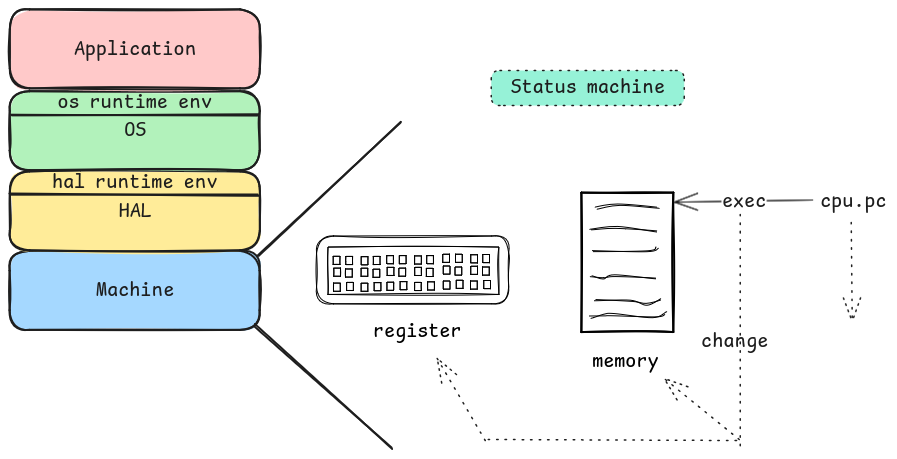
The Excalidraw diagram images/machine.png in chi199702/chi199702.github.io, before a commit. Source tidied: one line per element, renumbered; positions are measured from the earlier drawing's top-left corner, leaving out a move shared by most shapes. Its diagram source:
```json
{"id": 0, "type": "rectangle", "strokeColor": "#1e1e1e", "backgroundColor": "#a5d8ff", "fillStyle": "solid", "strokeWidth": 2, "roughness": 1, "round": true, "x": 0, "y": 242, "width": 250, "height": 79}
{"id": 1, "type": "text", "text": "Machine", "strokeColor": "#1e1e1e", "backgroundColor": "#a5d8ff", "fillStyle": "solid", "strokeWidth": 2, "roughness": 1, "fontSize": 20, "fontFamily": 8, "textAlign": "center", "verticalAlign": "middle", "inside": 0, "x": 86, "y": 268, "width": 78, "height": 25}
{"id": 2, "type": "rectangle", "strokeColor": "#1e1e1e", "backgroundColor": "#ffec99", "fillStyle": "solid", "strokeWidth": 2, "roughness": 1, "round": true, "x": 0, "y": 162, "width": 250, "height": 79}
{"id": 3, "type": "text", "text": "HAL", "strokeColor": "#1e1e1e", "backgroundColor": "#a5d8ff", "fillStyle": "solid", "strokeWidth": 2, "roughness": 1, "fontSize": 20, "fontFamily": 8, "textAlign": "center", "verticalAlign": "middle", "inside": 2, "x": 108, "y": 189, "width": 33, "height": 25}
{"id": 4, "type": "line", "strokeColor": "#1e1e1e", "backgroundColor": "#ffec99", "fillStyle": "solid", "strokeWidth": 2, "roughness": 1, "round": true, "x": 1, "y": 186, "width": 248, "height": 0, "points": [[0, 0], [248, 0]]}
{"id": 5, "type": "text", "text": "hal runtime env", "strokeColor": "#1e1e1e", "backgroundColor": "#ffec99", "fillStyle": "solid", "strokeWidth": 2, "roughness": 1, "fontSize": 20, "fontFamily": 8, "verticalAlign": "middle", "x": 42, "y": 160, "width": 167, "height": 25}
{"id": 6, "type": "rectangle", "strokeColor": "#1e1e1e", "backgroundColor": "#b2f2bb", "fillStyle": "solid", "strokeWidth": 2, "roughness": 1, "round": true, "x": 0, "y": 82, "width": 250, "height": 79}
{"id": 7, "type": "text", "text": "OS", "strokeColor": "#1e1e1e", "backgroundColor": "#a5d8ff", "fillStyle": "solid", "strokeWidth": 2, "roughness": 1, "fontSize": 20, "fontFamily": 8, "textAlign": "center", "verticalAlign": "middle", "inside": 6, "x": 114, "y": 109, "width": 22, "height": 25}
{"id": 8, "type": "line", "strokeColor": "#1e1e1e", "backgroundColor": "#ffec99", "fillStyle": "solid", "strokeWidth": 2, "roughness": 1, "round": true, "x": 1, "y": 105, "width": 248, "height": 0, "points": [[0, 0], [248, 0]]}
{"id": 9, "type": "text", "text": "os runtime env", "strokeColor": "#1e1e1e", "backgroundColor": "#ffec99", "fillStyle": "solid", "strokeWidth": 2, "roughness": 1, "fontSize": 20, "fontFamily": 8, "verticalAlign": "middle", "x": 47, "y": 80, "width": 156, "height": 25}
{"id": 10, "type": "rectangle", "strokeColor": "#1e1e1e", "backgroundColor": "#ffc9c9", "fillStyle": "solid", "strokeWidth": 2, "roughness": 1, "round": true, "x": 0, "y": 0, "width": 250, "height": 79}
{"id": 11, "type": "text", "text": "Application", "strokeColor": "#1e1e1e", "backgroundColor": "#a5d8ff", "fillStyle": "solid", "strokeWidth": 2, "roughness": 1, "fontSize": 20, "fontFamily": 8, "textAlign": "center", "verticalAlign": "middle", "inside": 10, "x": 64, "y": 27, "width": 123, "height": 25}
{"id": 12, "type": "line", "strokeColor": "#1e1e1e", "backgroundColor": "#ffc9c9", "fillStyle": "solid", "strokeWidth": 2, "roughness": 1, "round": true, "x": 248, "y": 246, "width": 142, "height": 132, "points": [[0, 0], [142, -132]]}
{"id": 13, "type": "line", "strokeColor": "#1e1e1e", "backgroundColor": "#ffc9c9", "fillStyle": "solid", "strokeWidth": 2, "roughness": 1, "round": true, "x": 244, "y": 316, "width": 138, "height": 123, "points": [[0, 0], [138, 123]]}
{"id": 14, "type": "rectangle", "strokeColor": "#000000", "backgroundColor": "#fff", "fillStyle": "solid", "strokeWidth": 2, "roughness": 1, "x": 572, "y": 183, "width": 92, "height": 139}
{"id": 15, "type": "line", "strokeColor": "#000000", "backgroundColor": "#fff", "fillStyle": "solid", "strokeWidth": 1, "roughness": 1, "round": true, "x": 583, "y": 242, "width": 64, "height": 4, "points": [[0, 0], [56, 0], [64, -4]]}
{"id": 16, "type": "line", "strokeColor": "#000000", "backgroundColor": "#fff", "fillStyle": "solid", "strokeWidth": 1, "roughness": 1, "round": true, "x": 585, "y": 199, "width": 63, "height": 4, "points": [[0, 0], [23, -4], [63, 0]]}
{"id": 17, "type": "line", "strokeColor": "#000000", "backgroundColor": "#fff", "fillStyle": "solid", "strokeWidth": 1, "roughness": 1, "round": true, "x": 585, "y": 291, "width": 67, "height": 6, "points": [[0, 0], [36, 0], [52, 3], [67, -3]]}
{"id": 18, "type": "line", "strokeColor": "#000000", "backgroundColor": "#fff", "fillStyle": "solid", "strokeWidth": 1, "roughness": 1, "round": true, "x": 581, "y": 307, "width": 75, "height": 4, "points": [[0, 0], [14, -2], [22, -1], [64, 1], [75, -3]]}
{"id": 19, "type": "line", "strokeColor": "#000000", "backgroundColor": "#fff", "fillStyle": "solid", "strokeWidth": 1, "roughness": 1, "round": true, "x": 581, "y": 219, "width": 65, "height": 3, "points": [[0, 0], [25, -1], [65, 3]]}
{"id": 20, "type": "line", "strokeColor": "#000000", "backgroundColor": "#fff", "fillStyle": "solid", "strokeWidth": 1, "roughness": 1, "round": true, "x": 581, "y": 267, "width": 65, "height": 3, "points": [[0, 0], [11, 2], [25, -1], [65, 3]]}
{"id": 21, "type": "text", "text": "memory", "strokeColor": "#000000", "strokeWidth": 1, "roughness": 1, "fontSize": 20, "fontFamily": 8, "textAlign": "center", "x": 582, "y": 340, "width": 66, "height": 25}
{"id": 22, "type": "rectangle", "strokeColor": "#000000", "strokeWidth": 1, "roughness": 1, "round": true, "x": 307, "y": 227, "width": 192, "height": 68}
{"id": 23, "type": "rectangle", "strokeColor": "#000000", "strokeWidth": 1, "roughness": 1, "x": 318, "y": 237, "width": 171, "height": 47}
{"id": 24, "type": "rectangle", "strokeColor": "#000000", "backgroundColor": "#fff", "fillStyle": "solid", "strokeWidth": 1, "roughness": 1, "x": 324, "y": 274, "width": 7, "height": 8}
{"id": 25, "type": "rectangle", "strokeColor": "#000000", "backgroundColor": "#fff", "fillStyle": "solid", "strokeWidth": 1, "roughness": 1, "x": 324, "y": 259, "width": 7, "height": 8}
{"id": 26, "type": "rectangle", "strokeColor": "#000000", "backgroundColor": "#fff", "fillStyle": "solid", "strokeWidth": 1, "roughness": 1, "x": 324, "y": 247, "width": 7, "height": 8}
{"id": 27, "type": "rectangle", "strokeColor": "#000000", "backgroundColor": "#fff", "fillStyle": "solid", "strokeWidth": 1, "roughness": 1, "x": 336, "y": 247, "width": 7, "height": 8}
{"id": 28, "type": "rectangle", "strokeColor": "#000000", "backgroundColor": "#fff", "fillStyle": "solid", "strokeWidth": 1, "roughness": 1, "x": 336, "y": 259, "width": 7, "height": 8}
{"id": 29, "type": "rectangle", "strokeColor": "#000000", "backgroundColor": "#fff", "fillStyle": "solid", "strokeWidth": 1, "roughness": 1, "x": 337, "y": 273, "width": 7, "height": 8}
{"id": 30, "type": "rectangle", "strokeColor": "#000000", "backgroundColor": "#fff", "fillStyle": "solid", "strokeWidth": 1, "roughness": 1, "x": 351, "y": 274, "width": 7, "height": 8}
{"id": 31, "type": "rectangle", "strokeColor": "#000000", "backgroundColor": "#fff", "fillStyle": "solid", "strokeWidth": 1, "roughness": 1, "x": 351, "y": 259, "width": 7, "height": 8}
{"id": 32, "type": "rectangle", "strokeColor": "#000000", "backgroundColor": "#fff", "fillStyle": "solid", "strokeWidth": 1, "roughness": 1, "x": 364, "y": 247, "width": 7, "height": 8}
{"id": 33, "type": "rectangle", "strokeColor": "#000000", "backgroundColor": "#fff", "fillStyle": "solid", "strokeWidth": 1, "roughness": 1, "x": 363, "y": 260, "width": 7, "height": 8}
{"id": 34, "type": "rectangle", "strokeColor": "#000000", "backgroundColor": "#fff", "fillStyle": "solid", "strokeWidth": 1, "roughness": 1, "x": 364, "y": 273, "width": 7, "height": 8}
{"id": 35, "type": "rectangle", "strokeColor": "#000000", "backgroundColor": "#fff", "fillStyle": "solid", "strokeWidth": 1, "roughness": 1, "x": 351, "y": 247, "width": 7, "height": 8}
{"id": 36, "type": "rectangle", "strokeColor": "#000000", "backgroundColor": "#fff", "fillStyle": "solid", "strokeWidth": 1, "roughness": 1, "x": 377, "y": 273, "width": 7, "height": 8}
{"id": 37, "type": "rectangle", "strokeColor": "#000000", "backgroundColor": "#fff", "fillStyle": "solid", "strokeWidth": 1, "roughness": 1, "x": 377, "y": 258, "width": 7, "height": 8}
{"id": 38, "type": "rectangle", "strokeColor": "#000000", "backgroundColor": "#fff", "fillStyle": "solid", "strokeWidth": 1, "roughness": 1, "x": 377, "y": 246, "width": 7, "height": 8}
{"id": 39, "type": "rectangle", "strokeColor": "#000000", "backgroundColor": "#fff", "fillStyle": "solid", "strokeWidth": 1, "roughness": 1, "x": 390, "y": 246, "width": 7, "height": 8}
{"id": 40, "type": "rectangle", "strokeColor": "#000000", "backgroundColor": "#fff", "fillStyle": "solid", "strokeWidth": 1, "roughness": 1, "x": 389, "y": 259, "width": 7, "height": 8}
{"id": 41, "type": "rectangle", "strokeColor": "#000000", "backgroundColor": "#fff", "fillStyle": "solid", "strokeWidth": 1, "roughness": 1, "x": 390, "y": 272, "width": 7, "height": 8}
{"id": 42, "type": "rectangle", "strokeColor": "#000000", "backgroundColor": "#fff", "fillStyle": "solid", "strokeWidth": 1, "roughness": 1, "x": 405, "y": 273, "width": 7, "height": 8}
{"id": 43, "type": "rectangle", "strokeColor": "#000000", "backgroundColor": "#fff", "fillStyle": "solid", "strokeWidth": 1, "roughness": 1, "x": 405, "y": 258, "width": 7, "height": 8}
{"id": 44, "type": "rectangle", "strokeColor": "#000000", "backgroundColor": "#fff", "fillStyle": "solid", "strokeWidth": 1, "roughness": 1, "x": 417, "y": 246, "width": 7, "height": 8}
{"id": 45, "type": "rectangle", "strokeColor": "#000000", "backgroundColor": "#fff", "fillStyle": "solid", "strokeWidth": 1, "roughness": 1, "x": 417, "y": 259, "width": 7, "height": 8}
{"id": 46, "type": "rectangle", "strokeColor": "#000000", "backgroundColor": "#fff", "fillStyle": "solid", "strokeWidth": 1, "roughness": 1, "x": 418, "y": 272, "width": 7, "height": 8}
{"id": 47, "type": "rectangle", "strokeColor": "#000000", "backgroundColor": "#fff", "fillStyle": "solid", "strokeWidth": 1, "roughness": 1, "x": 405, "y": 247, "width": 7, "height": 8}
{"id": 48, "type": "rectangle", "strokeColor": "#000000", "backgroundColor": "#fff", "fillStyle": "solid", "strokeWidth": 1, "roughness": 0, "x": 433, "y": 271, "width": 7, "height": 8}
{"id": 49, "type": "rectangle", "strokeColor": "#000000", "backgroundColor": "#fff", "fillStyle": "solid", "strokeWidth": 1, "roughness": 0, "x": 434, "y": 257, "width": 7, "height": 8}
{"id": 50, "type": "rectangle", "strokeColor": "#000000", "backgroundColor": "#fff", "fillStyle": "solid", "strokeWidth": 1, "roughness": 0, "x": 433, "y": 245, "width": 7, "height": 8}
{"id": 51, "type": "rectangle", "strokeColor": "#000000", "backgroundColor": "#fff", "fillStyle": "solid", "strokeWidth": 1, "roughness": 0, "x": 446, "y": 245, "width": 7, "height": 8}
{"id": 52, "type": "rectangle", "strokeColor": "#000000", "backgroundColor": "#fff", "fillStyle": "solid", "strokeWidth": 1, "roughness": 0, "x": 445, "y": 257, "width": 7, "height": 8}
{"id": 53, "type": "rectangle", "strokeColor": "#000000", "backgroundColor": "#fff", "fillStyle": "solid", "strokeWidth": 1, "roughness": 0, "x": 447, "y": 271, "width": 7, "height": 8}
{"id": 54, "type": "rectangle", "strokeColor": "#000000", "backgroundColor": "#fff", "fillStyle": "solid", "strokeWidth": 1, "roughness": 0, "x": 461, "y": 272, "width": 7, "height": 8}
{"id": 55, "type": "rectangle", "strokeColor": "#000000", "backgroundColor": "#fff", "fillStyle": "solid", "strokeWidth": 1, "roughness": 0, "x": 461, "y": 257, "width": 7, "height": 8}
{"id": 56, "type": "rectangle", "strokeColor": "#000000", "backgroundColor": "#fff", "fillStyle": "solid", "strokeWidth": 1, "roughness": 0, "x": 473, "y": 245, "width": 7, "height": 8}
{"id": 57, "type": "rectangle", "strokeColor": "#000000", "backgroundColor": "#fff", "fillStyle": "solid", "strokeWidth": 1, "roughness": 0, "x": 473, "y": 258, "width": 7, "height": 8}
{"id": 58, "type": "rectangle", "strokeColor": "#000000", "backgroundColor": "#fff", "fillStyle": "solid", "strokeWidth": 1, "roughness": 0, "x": 474, "y": 271, "width": 7, "height": 8}
{"id": 59, "type": "rectangle", "strokeColor": "#000000", "backgroundColor": "#fff", "fillStyle": "solid", "strokeWidth": 1, "roughness": 0, "x": 461, "y": 245, "width": 7, "height": 8}
{"id": 60, "type": "text", "text": "register", "strokeColor": "#000000", "strokeWidth": 1, "roughness": 1, "fontSize": 20, "fontFamily": 8, "textAlign": "center", "x": 363, "y": 309, "width": 88, "height": 25}
{"id": 61, "type": "text", "text": "cpu.pc", "strokeColor": "#1e1e1e", "backgroundColor": "#ffc9c9", "fillStyle": "solid", "strokeWidth": 2, "roughness": 1, "fontSize": 20, "fontFamily": 8, "x": 810, "y": 180, "width": 67, "height": 25}
{"id": 62, "type": "arrow", "strokeColor": "#1e1e1e", "backgroundColor": "#ffc9c9", "fillStyle": "solid", "strokeWidth": 1, "roughness": 0, "endArrowhead": "arrow", "round": true, "from": 61, "to": 14, "x": 803, "y": 190, "width": 138, "height": 2, "points": [[0, 0], [-138, 2]]}
{"id": 63, "type": "text", "text": "exec", "strokeColor": "#1e1e1e", "backgroundColor": "#ffc9c9", "fillStyle": "solid", "strokeWidth": 1, "strokeStyle": "dotted", "roughness": 0, "fontSize": 20, "fontFamily": 8, "textAlign": "center", "verticalAlign": "middle", "inside": 62, "x": 713, "y": 179, "width": 45, "height": 25}
{"id": 64, "type": "arrow", "strokeColor": "#1e1e1e", "backgroundColor": "#ffc9c9", "fillStyle": "solid", "strokeWidth": 1, "strokeStyle": "dotted", "roughness": 0, "endArrowhead": "arrow", "round": true, "from": 61, "x": 841, "y": 212, "width": 1, "height": 99, "points": [[0, 0], [1, 99]]}
{"id": 65, "type": "line", "strokeColor": "#1e1e1e", "backgroundColor": "#ffc9c9", "fillStyle": "solid", "strokeWidth": 1, "strokeStyle": "dotted", "roughness": 0, "round": true, "x": 730, "y": 204, "width": 0, "height": 234, "points": [[0, 0], [0, 234]]}
{"id": 66, "type": "line", "strokeColor": "#1e1e1e", "backgroundColor": "#ffc9c9", "fillStyle": "solid", "strokeWidth": 1, "strokeStyle": "dotted", "roughness": 0, "round": true, "x": 478, "y": 430, "width": 252, "height": 1, "points": [[0, 0], [252, 1]]}
{"id": 67, "type": "arrow", "strokeColor": "#1e1e1e", "backgroundColor": "#ffc9c9", "fillStyle": "solid", "strokeWidth": 1, "strokeStyle": "dotted", "roughness": 0, "endArrowhead": "arrow", "round": true, "to": 60, "x": 475, "y": 430, "width": 48, "height": 82, "points": [[0, 0], [-48, -82]]}
{"id": 68, "type": "arrow", "strokeColor": "#1e1e1e", "backgroundColor": "#ffc9c9", "fillStyle": "solid", "strokeWidth": 1, "strokeStyle": "dotted", "roughness": 0, "endArrowhead": "arrow", "round": true, "to": 21, "x": 729, "y": 430, "width": 75, "height": 61, "points": [[0, 0], [-75, -61]]}
{"id": 69, "type": "text", "text": "change", "strokeColor": "#1e1e1e", "backgroundColor": "#ffc9c9", "fillStyle": "solid", "strokeWidth": 1, "strokeStyle": "dotted", "roughness": 0, "fontSize": 20, "fontFamily": 8, "x": 691, "y": 319, "width": 68, "height": 25}
{"id": 70, "type": "rectangle", "strokeColor": "#1e1e1e", "backgroundColor": "#96f2d7", "fillStyle": "solid", "strokeWidth": 1, "strokeStyle": "dotted", "roughness": 0, "round": true, "x": 481, "y": 60, "width": 193, "height": 35}
{"id": 71, "type": "text", "text": "Status machine", "strokeColor": "#1e1e1e", "backgroundColor": "#ffc9c9", "fillStyle": "solid", "strokeWidth": 1, "strokeStyle": "dotted", "roughness": 0, "fontSize": 20, "fontFamily": 8, "textAlign": "center", "verticalAlign": "middle", "inside": 70, "x": 500, "y": 66, "width": 155, "height": 25}
```
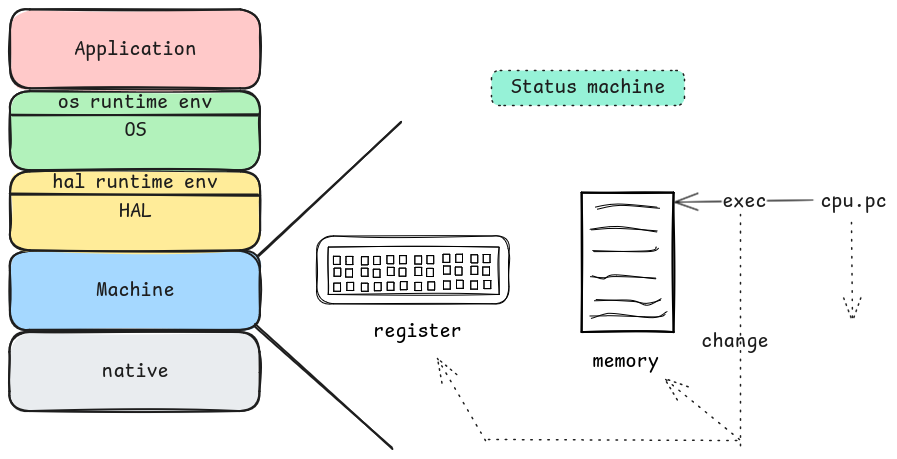
The same file after the commit.

The edit, as a diff of the source:
```diff
@@ -70,3 +70,5 @@
 {"id": 69, "type": "text", "text": "change", "strokeColor": "#1e1e1e", "backgroundColor": "#ffc9c9", "fillStyle": "solid", "strokeWidth": 1, "strokeStyle": "dotted", "roughness": 0, "fontSize": 20, "fontFamily": 8, "x": 691, "y": 319, "width": 68, "height": 25}
 {"id": 70, "type": "rectangle", "strokeColor": "#1e1e1e", "backgroundColor": "#96f2d7", "fillStyle": "solid", "strokeWidth": 1, "strokeStyle": "dotted", "roughness": 0, "round": true, "x": 481, "y": 60, "width": 193, "height": 35}
 {"id": 71, "type": "text", "text": "Status machine", "strokeColor": "#1e1e1e", "backgroundColor": "#ffc9c9", "fillStyle": "solid", "strokeWidth": 1, "strokeStyle": "dotted", "roughness": 0, "fontSize": 20, "fontFamily": 8, "textAlign": "center", "verticalAlign": "middle", "inside": 70, "x": 500, "y": 66, "width": 155, "height": 25}
+{"id": 72, "type": "rectangle", "strokeColor": "#1e1e1e", "backgroundColor": "#e9ecef", "fillStyle": "solid", "strokeWidth": 2, "roughness": 1, "round": true, "x": 0, "y": 323, "width": 250, "height": 79}
+{"id": 73, "type": "text", "text": "native", "strokeColor": "#1e1e1e", "backgroundColor": "#a5d8ff", "fillStyle": "solid", "strokeWidth": 2, "roughness": 1, "fontSize": 20, "fontFamily": 8, "textAlign": "center", "verticalAlign": "middle", "inside": 72, "x": 90, "y": 350, "width": 68, "height": 25}
```
